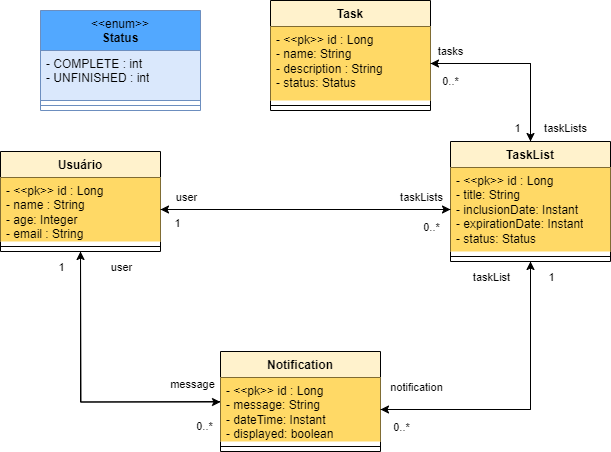
Before: images/Modelo de domínio.png, a diagram exported from draw.io (DeivinsonPereira/GeniSys). Source tidied: cells renumbered, new cells last; positions are measured from the earlier drawing's top-left corner, leaving out a move shared by most shapes.
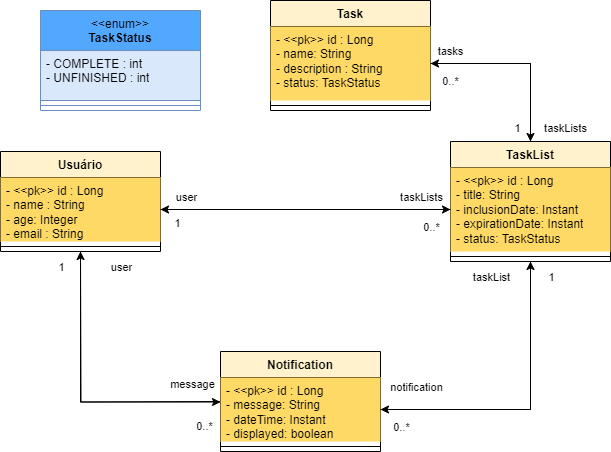
The same diagram one commit later.

Commit message:
Change the status of the task list

Diff of the diagram source:
```diff
@@ -23,7 +23,7 @@
     <mxCell id="8" value="TaskList" style="swimlane;fontStyle=1;align=center;verticalAlign=top;horizontal=1;startSize=26;whiteSpace=wrap;html=1;fillColor=#fff2cc;strokeColor=#000000;" parent="1" vertex="1">
       <mxGeometry x="450" y="141" width="160" height="120" as="geometry" />
     </mxCell>
-    <mxCell id="9" value="- &amp;lt;&amp;lt;pk&amp;gt;&amp;gt; id : Long&lt;br style=&quot;border-color: var(--border-color);&quot;&gt;- title: String&lt;br&gt;-&amp;nbsp;inclusionDate&lt;span style=&quot;background-color: initial;&quot;&gt;: Instant&lt;/span&gt;&lt;div style=&quot;background-color:#2f2f2f;padding:0px 0px 0px 2px;&quot;&gt;&lt;div style=&quot;color: rgb(170, 170, 170); font-family: Consolas; font-size: 10pt;&quot;&gt;&lt;p style=&quot;background-color:#373737;margin:0;&quot;&gt;&lt;span style=&quot;color:#e6e6fa;&quot;&gt;&lt;/span&gt;&lt;/p&gt;&lt;/div&gt;&lt;/div&gt;-&amp;nbsp;expirationDate&lt;span style=&quot;background-color: initial;&quot;&gt;: Instant&lt;/span&gt;&lt;div style=&quot;background-color:#2f2f2f;padding:0px 0px 0px 2px;&quot;&gt;&lt;div style=&quot;color: rgb(170, 170, 170); font-family: Consolas; font-size: 10pt;&quot;&gt;&lt;p style=&quot;background-color:#373737;margin:0;&quot;&gt;&lt;span style=&quot;color:#e6e6fa;&quot;&gt;&lt;/span&gt;&lt;/p&gt;&lt;/div&gt;&lt;/div&gt;-&amp;nbsp;status&lt;span style=&quot;background-color: initial;&quot;&gt;: Status&lt;/span&gt;&lt;div style=&quot;background-color:#2f2f2f;padding:0px 0px 0px 2px;&quot;&gt;&lt;div style=&quot;color: rgb(170, 170, 170); font-family: Consolas; font-size: 10pt;&quot;&gt;&lt;p style=&quot;background-color:#373737;margin:0;&quot;&gt;&lt;span style=&quot;color:#e6e6fa;&quot;&gt;&lt;/span&gt;&lt;/p&gt;&lt;/div&gt;&lt;/div&gt;" style="text;strokeColor=none;fillColor=#FFD966;align=left;verticalAlign=top;spacingLeft=4;spacingRight=4;overflow=hidden;points=[[0,0.5],[1,0.5]];portConstraint=eastwest;whiteSpace=wrap;html=1;" parent="8" vertex="1">
+    <mxCell id="9" value="- &amp;lt;&amp;lt;pk&amp;gt;&amp;gt; id : Long&lt;br style=&quot;border-color: var(--border-color);&quot;&gt;- title: String&lt;br&gt;-&amp;nbsp;inclusionDate&lt;span style=&quot;background-color: initial;&quot;&gt;: Instant&lt;/span&gt;&lt;div style=&quot;background-color:#2f2f2f;padding:0px 0px 0px 2px;&quot;&gt;&lt;div style=&quot;color: rgb(170, 170, 170); font-family: Consolas; font-size: 10pt;&quot;&gt;&lt;p style=&quot;background-color:#373737;margin:0;&quot;&gt;&lt;span style=&quot;color:#e6e6fa;&quot;&gt;&lt;/span&gt;&lt;/p&gt;&lt;/div&gt;&lt;/div&gt;-&amp;nbsp;expirationDate&lt;span style=&quot;background-color: initial;&quot;&gt;: Instant&lt;/span&gt;&lt;div style=&quot;background-color:#2f2f2f;padding:0px 0px 0px 2px;&quot;&gt;&lt;div style=&quot;color: rgb(170, 170, 170); font-family: Consolas; font-size: 10pt;&quot;&gt;&lt;p style=&quot;background-color:#373737;margin:0;&quot;&gt;&lt;span style=&quot;color:#e6e6fa;&quot;&gt;&lt;/span&gt;&lt;/p&gt;&lt;/div&gt;&lt;/div&gt;-&amp;nbsp;status&lt;span style=&quot;background-color: initial;&quot;&gt;:&amp;nbsp;&lt;/span&gt;TaskStatus&lt;div style=&quot;background-color:#2f2f2f;padding:0px 0px 0px 2px;&quot;&gt;&lt;div style=&quot;color: rgb(170, 170, 170); font-family: Consolas; font-size: 10pt;&quot;&gt;&lt;p style=&quot;background-color:#373737;margin:0;&quot;&gt;&lt;span style=&quot;color:#e6e6fa;&quot;&gt;&lt;/span&gt;&lt;/p&gt;&lt;/div&gt;&lt;/div&gt;" style="text;strokeColor=none;fillColor=#FFD966;align=left;verticalAlign=top;spacingLeft=4;spacingRight=4;overflow=hidden;points=[[0,0.5],[1,0.5]];portConstraint=eastwest;whiteSpace=wrap;html=1;" parent="8" vertex="1">
       <mxGeometry y="26" width="160" height="84" as="geometry" />
     </mxCell>
     <mxCell id="10" style="line;strokeWidth=1;fillColor=#FFD966;align=left;verticalAlign=middle;spacingTop=-1;spacingLeft=3;spacingRight=3;labelPosition=right;strokeColor=inherit;" parent="8" vertex="1">
@@ -116,7 +116,7 @@
     <mxCell id="30" value="Task" style="swimlane;fontStyle=1;align=center;verticalAlign=top;horizontal=1;startSize=26;whiteSpace=wrap;html=1;fillColor=#fff2cc;strokeColor=#000000;" parent="1" vertex="1">
       <mxGeometry x="270" width="160" height="110" as="geometry" />
     </mxCell>
-    <mxCell id="31" value="- &amp;lt;&amp;lt;pk&amp;gt;&amp;gt; id : Long&lt;br style=&quot;border-color: var(--border-color);&quot;&gt;- name: String&lt;br&gt;- description : String&lt;br&gt;- status: Status" style="text;strokeColor=none;fillColor=#FFD966;align=left;verticalAlign=top;spacingLeft=4;spacingRight=4;overflow=hidden;points=[[0,0.5],[1,0.5]];portConstraint=eastwest;whiteSpace=wrap;html=1;" parent="30" vertex="1">
+    <mxCell id="31" value="- &amp;lt;&amp;lt;pk&amp;gt;&amp;gt; id : Long&lt;br style=&quot;border-color: var(--border-color);&quot;&gt;- name: String&lt;br&gt;- description : String&lt;br&gt;- status: TaskStatus" style="text;strokeColor=none;fillColor=#FFD966;align=left;verticalAlign=top;spacingLeft=4;spacingRight=4;overflow=hidden;points=[[0,0.5],[1,0.5]];portConstraint=eastwest;whiteSpace=wrap;html=1;" parent="30" vertex="1">
       <mxGeometry y="26" width="160" height="74" as="geometry" />
     </mxCell>
     <mxCell id="32" style="line;strokeWidth=1;fillColor=#FFD966;align=left;verticalAlign=middle;spacingTop=-1;spacingLeft=3;spacingRight=3;labelPosition=right;strokeColor=inherit;" parent="30" vertex="1">
@@ -145,7 +145,7 @@
         <mxPoint x="121" y="63" as="offset" />
       </mxGeometry>
     </mxCell>
-    <mxCell id="38" value="&lt;span style=&quot;font-weight: normal;&quot;&gt;&amp;lt;&amp;lt;enum&amp;gt;&amp;gt;&lt;/span&gt;&lt;br&gt;Status" style="swimlane;fontStyle=1;align=center;verticalAlign=top;horizontal=1;startSize=40;whiteSpace=wrap;html=1;fillColor=#52A8FF;strokeColor=#6c8ebf;" parent="1" vertex="1">
+    <mxCell id="38" value="&lt;span style=&quot;font-weight: normal;&quot;&gt;&amp;lt;&amp;lt;enum&amp;gt;&amp;gt;&lt;/span&gt;&lt;br&gt;TaskStatus" style="swimlane;fontStyle=1;align=center;verticalAlign=top;horizontal=1;startSize=40;whiteSpace=wrap;html=1;fillColor=#52A8FF;strokeColor=#6c8ebf;" parent="1" vertex="1">
       <mxGeometry x="40" y="10" width="160" height="100" as="geometry" />
     </mxCell>
     <mxCell id="39" value="- COMPLETE : int&lt;br&gt;- UNFINISHED : int" style="text;strokeColor=#6c8ebf;fillColor=#dae8fc;align=left;verticalAlign=top;spacingLeft=4;spacingRight=4;overflow=hidden;whiteSpace=wrap;html=1;" parent="38" vertex="1">
```
